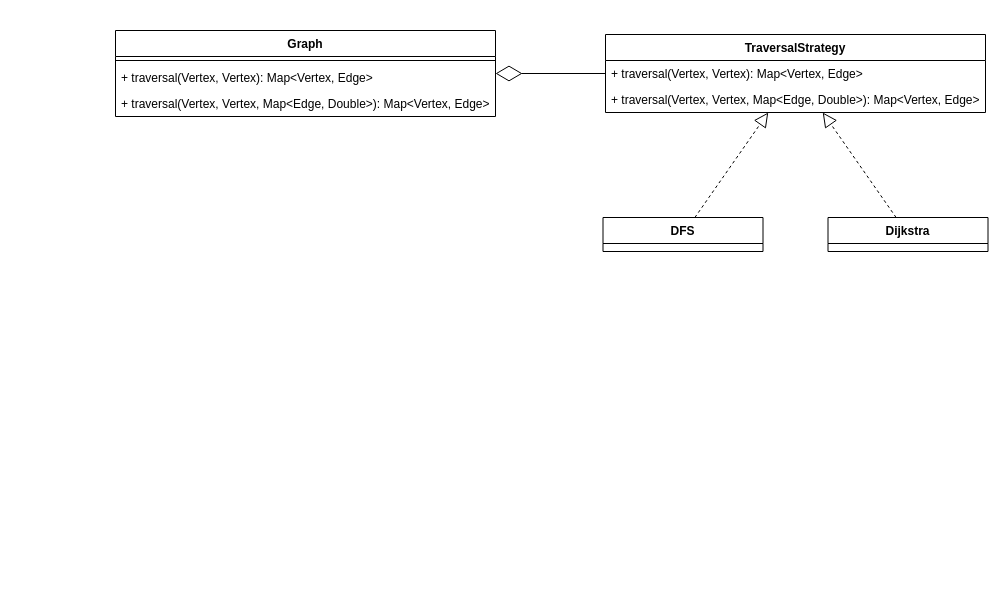
Above: specification/diagrams/strategy-pattern.drawio in SkyNalix/MoriaMap (draw.io), before the change. Source tidied: cells renumbered, new cells numbered last; positions are measured from the earlier drawing's top-left corner, leaving out a move shared by most shapes. Both pictures are drawn from the tidied source at 100%, with x=0, y=0 at pixel (115, 30).
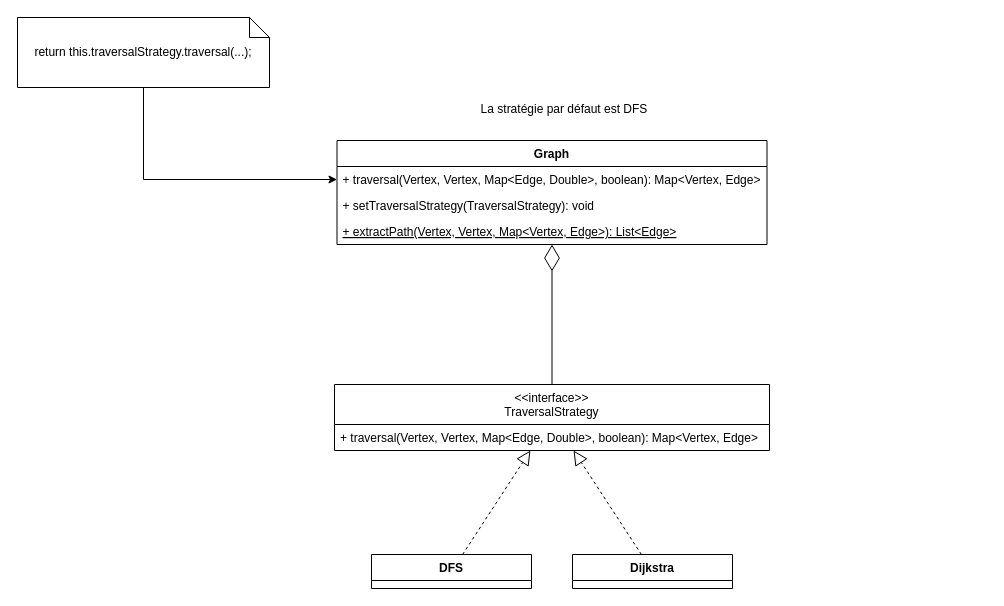
The same diagram, later.

Commit message (it also covers changes not shown here):
Add strategy pattern specification

The edit, as a diff of the source:
```diff
@@
 <mxGraphModel>
   <root>
     <mxCell id="0" />
     <mxCell id="1" parent="0" />
-    <mxCell id="2" value="TraversalStrategy" style="swimlane;fontStyle=1;align=center;verticalAlign=top;horizontal=1;startSize=26;" parent="1" vertex="1">
-      <mxGeometry x="490" y="4" width="380" height="78" as="geometry" />
+    <mxCell id="2" value="&lt;&lt;interface&gt;&gt; &#10;TraversalStrategy" style="swimlane;fontStyle=0;align=center;verticalAlign=top;horizontal=1;startSize=40;" parent="1" vertex="1">
+      <mxGeometry x="219" y="354" width="435" height="66" as="geometry" />
     </mxCell>
-    <mxCell id="3" value="+ traversal(Vertex, Vertex): Map&lt;Vertex, Edge&gt;" style="text;strokeColor=none;fillColor=none;align=left;verticalAlign=top;spacingLeft=4;spacingRight=4;overflow=hidden;" parent="2" vertex="1">
-      <mxGeometry y="26" width="380" height="26" as="geometry" />
-    </mxCell>
-    <mxCell id="4" value="+ traversal(Vertex, Vertex, Map&lt;Edge, Double&gt;): Map&lt;Vertex, Edge&gt;" style="text;strokeColor=none;fillColor=none;align=left;verticalAlign=top;spacingLeft=4;spacingRight=4;overflow=hidden;" parent="2" vertex="1">
-      <mxGeometry y="52" width="380" height="26" as="geometry" />
+    <mxCell id="4" value="+ traversal(Vertex, Vertex, Map&lt;Edge, Double&gt;, boolean): Map&lt;Vertex, Edge&gt;" style="text;strokeColor=none;fillColor=none;align=left;verticalAlign=top;spacingLeft=4;spacingRight=4;overflow=hidden;" parent="2" vertex="1">
+      <mxGeometry y="40" width="435" height="26" as="geometry" />
     </mxCell>
     <mxCell id="5" value="DFS" style="swimlane;fontStyle=1;align=center;verticalAlign=top;horizontal=1;startSize=26;" parent="1" vertex="1">
-      <mxGeometry x="487.5" y="187" width="160" height="34" as="geometry" />
+      <mxGeometry x="256" y="524" width="160" height="34" as="geometry" />
     </mxCell>
     <mxCell id="6" style="endArrow=diamondThin;endFill=0;endSize=24;html=1;rounded=0;" parent="1" edge="1" source="2" target="10">
       <mxGeometry relative="1" as="geometry" />
     </mxCell>
     <mxCell id="7" style="endArrow=block;dashed=1;endFill=0;endSize=12;html=1;rounded=0;" parent="1" edge="1" source="5" target="2">
       <mxGeometry relative="1" as="geometry" />
     </mxCell>
     <mxCell id="8" value="Dijkstra" style="swimlane;fontStyle=1;align=center;verticalAlign=top;horizontal=1;startSize=26;" parent="1" vertex="1">
-      <mxGeometry x="712.5" y="187" width="160" height="34" as="geometry" />
+      <mxGeometry x="457" y="524" width="160" height="34" as="geometry" />
     </mxCell>
     <mxCell id="9" style="endArrow=block;dashed=1;endFill=0;endSize=12;html=1;rounded=0;" parent="1" edge="1" source="8" target="2">
       <mxGeometry relative="1" as="geometry" />
     </mxCell>
     <mxCell id="10" value="Graph" style="swimlane;fontStyle=1;align=center;verticalAlign=top;horizontal=1;startSize=26;" parent="1" vertex="1">
-      <mxGeometry width="380" height="86" as="geometry" />
+      <mxGeometry x="221.5" y="110" width="430" height="104" as="geometry" />
     </mxCell>
-    <mxCell id="11" style="line;strokeWidth=1;fillColor=none;align=left;verticalAlign=middle;spacingTop=-1;spacingLeft=3;spacingRight=3;labelPosition=right;strokeColor=inherit;" parent="10" vertex="1">
-      <mxGeometry y="26" width="380" height="8" as="geometry" />
-    </mxCell>
-    <mxCell id="12" value="+ traversal(Vertex, Vertex): Map&lt;Vertex, Edge&gt;" style="text;strokeColor=none;fillColor=none;align=left;verticalAlign=top;spacingLeft=4;spacingRight=4;overflow=hidden;" parent="10" vertex="1">
-      <mxGeometry y="34" width="380" height="26" as="geometry" />
-    </mxCell>
-    <mxCell id="13" value="+ traversal(Vertex, Vertex, Map&lt;Edge, Double&gt;): Map&lt;Vertex, Edge&gt;" style="text;strokeColor=none;fillColor=none;align=left;verticalAlign=top;spacingLeft=4;spacingRight=4;overflow=hidden;points=[[0,0.5],[1,0.5]];portConstraint=eastwest;" parent="10" vertex="1">
-      <mxGeometry y="60" width="380" height="26" as="geometry" />
+    <mxCell id="13" value="+ traversal(Vertex, Vertex, Map&lt;Edge, Double&gt;, boolean): Map&lt;Vertex, Edge&gt;" style="text;strokeColor=none;fillColor=none;align=left;verticalAlign=top;spacingLeft=4;spacingRight=4;overflow=hidden;points=[[0,0.5],[1,0.5]];portConstraint=eastwest;" parent="10" vertex="1">
+      <mxGeometry y="26" width="430" height="26" as="geometry" />
     </mxCell>
+    <mxCell id="14" value="+ setTraversalStrategy(TraversalStrategy): void" style="text;strokeColor=none;fillColor=none;align=left;verticalAlign=top;spacingLeft=4;spacingRight=4;overflow=hidden;" parent="10" vertex="1">
+      <mxGeometry y="52" width="430" height="26" as="geometry" />
+    </mxCell>
+    <mxCell id="15" value="+ extractPath(Vertex, Vertex, Map&lt;Vertex, Edge&gt;): List&lt;Edge&gt;" style="text;strokeColor=none;fillColor=none;align=left;verticalAlign=top;spacingLeft=4;spacingRight=4;overflow=hidden;fontStyle=4;" parent="10" vertex="1">
+      <mxGeometry y="78" width="430" height="26" as="geometry" />
+    </mxCell>
+    <mxCell id="16" style="edgeStyle=orthogonalEdgeStyle;rounded=0;jettySize=auto;html=1;" parent="1" edge="1" source="17" target="13">
+      <mxGeometry relative="1" as="geometry" />
+    </mxCell>
+    <mxCell id="17" value="return this.traversalStrategy.traversal(...);" style="shape=note;size=20;whiteSpace=wrap;html=1;" parent="1" vertex="1">
+      <mxGeometry x="-98" y="-13" width="252" height="70" as="geometry" />
+    </mxCell>
+    <mxCell id="18" value="La stratégie par défaut est DFS" style="text;html=1;strokeColor=none;fillColor=none;align=center;verticalAlign=middle;whiteSpace=wrap;rounded=0;" parent="1" vertex="1">
+      <mxGeometry x="363.5" y="64" width="170" height="30" as="geometry" />
+    </mxCell>
   </root>
 </mxGraphModel>
```
